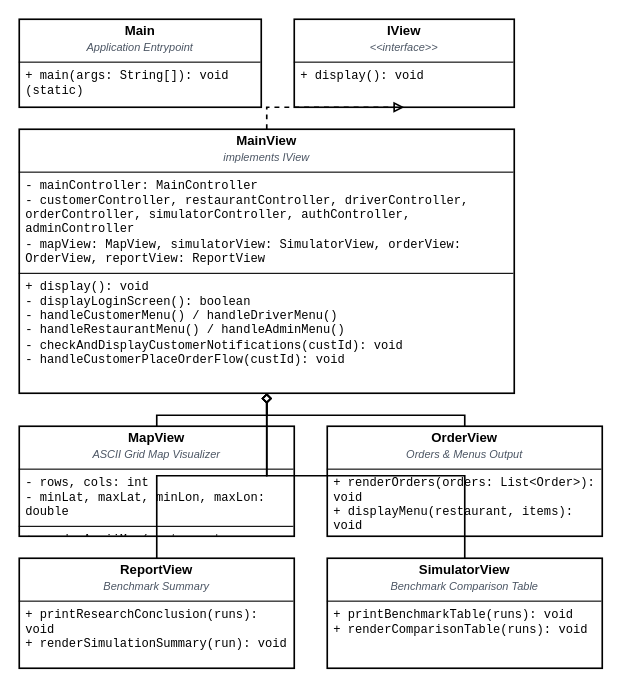
Earlier version of the draw.io diagram NHOM_01_LAB211_FoodDelivery/docs/diagrams/5_View_Layer.drawio (trat21430-spec/Food-Delivery). Source tidied: cells renumbered, new cells numbered last; positions are measured from the earlier drawing's top-left corner, leaving out a move shared by most shapes. Both pictures are drawn from the tidied source at 110%, with x=0, y=0 at pixel (19, 19).
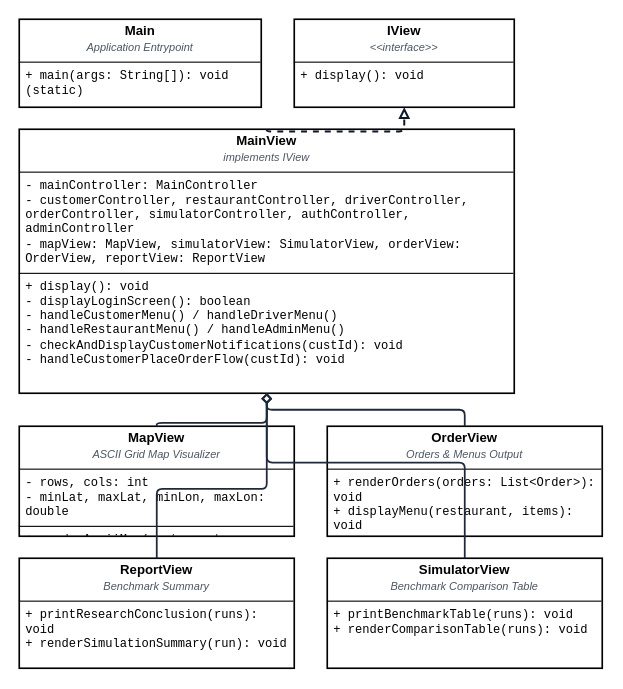
Above is the later version.

The change refers to these unchanged cells:
```xml
<mxCell id="3" value="&lt;p style=&quot;margin:0px;padding-top:4px;text-align:center;&quot;&gt;&lt;b&gt;IView&lt;/b&gt;&lt;br&gt;&lt;i style=&quot;font-size:10px;color:#4b5563;&quot;&gt;&amp;lt;&amp;lt;interface&amp;gt;&amp;gt;&lt;/i&gt;&lt;/p&gt;&lt;hr size=&quot;1&quot; style=&quot;border-color:#000000;&quot;&gt;&lt;p style=&quot;margin:0px;padding-left:6px;font-family:Courier New;font-size:11px;&quot;&gt;+ display(): void&lt;br&gt;&lt;/p&gt;" style="verticalAlign=top;align=left;overflow=fill;fontSize=12;fontFamily=Helvetica;html=1;whiteSpace=wrap;fillColor=#ffffff;strokeColor=#000000;fontColor=#000000;strokeWidth=1.5;" parent="1" vertex="1">
  <mxGeometry x="250" width="200" height="80" as="geometry" />
</mxCell>
<mxCell id="4" value="&lt;p style=&quot;margin:0px;padding-top:4px;text-align:center;&quot;&gt;&lt;b&gt;MainView&lt;/b&gt;&lt;br&gt;&lt;i style=&quot;font-size:10px;color:#4b5563;&quot;&gt;implements IView&lt;/i&gt;&lt;/p&gt;&lt;hr size=&quot;1&quot; style=&quot;border-color:#000000;&quot;&gt;&lt;p style=&quot;margin:0px;padding-left:6px;font-family:Courier New;font-size:11px;&quot;&gt;- mainController: MainController&lt;br&gt;- customerController, restaurantController, driverController, orderController, simulatorController, authController, adminController&lt;br&gt;- mapView: MapView, simulatorView: SimulatorView, orderView: OrderView, reportView: ReportView&lt;br&gt;&lt;/p&gt;&lt;hr size=&quot;1&quot; style=&quot;border-color:#000000;&quot;&gt;&lt;p style=&quot;margin:0px;padding-left:6px;font-family:Courier New;font-size:11px;&quot;&gt;+ display(): void&lt;br&gt;- displayLoginScreen(): boolean&lt;br&gt;- handleCustomerMenu() / handleDriverMenu()&lt;br&gt;- handleRestaurantMenu() / handleAdminMenu()&lt;br&gt;- checkAndDisplayCustomerNotifications(custId): void&lt;br&gt;- handleCustomerPlaceOrderFlow(custId): void&lt;br&gt;&lt;/p&gt;" style="verticalAlign=top;align=left;overflow=fill;fontSize=12;fontFamily=Helvetica;html=1;whiteSpace=wrap;fillColor=#ffffff;strokeColor=#000000;fontColor=#000000;strokeWidth=1.5;" parent="1" vertex="1">
  <mxGeometry y="100" width="450" height="240" as="geometry" />
</mxCell>
<mxCell id="5" value="&lt;p style=&quot;margin:0px;padding-top:4px;text-align:center;&quot;&gt;&lt;b&gt;MapView&lt;/b&gt;&lt;br&gt;&lt;i style=&quot;font-size:10px;color:#4b5563;&quot;&gt;ASCII Grid Map Visualizer&lt;/i&gt;&lt;/p&gt;&lt;hr size=&quot;1&quot; style=&quot;border-color:#000000;&quot;&gt;&lt;p style=&quot;margin:0px;padding-left:6px;font-family:Courier New;font-size:11px;&quot;&gt;- rows, cols: int&lt;br&gt;- minLat, maxLat, minLon, maxLon: double&lt;br&gt;&lt;/p&gt;&lt;hr size=&quot;1&quot; style=&quot;border-color:#000000;&quot;&gt;&lt;p style=&quot;margin:0px;padding-left:6px;font-family:Courier New;font-size:11px;&quot;&gt;+ renderAsciiMap(restaurants, customers, drivers, orders): void&lt;br&gt;&lt;/p&gt;" style="verticalAlign=top;align=left;overflow=fill;fontSize=12;fontFamily=Helvetica;html=1;whiteSpace=wrap;fillColor=#ffffff;strokeColor=#000000;fontColor=#000000;strokeWidth=1.5;" parent="1" vertex="1">
  <mxGeometry y="370" width="250" height="100" as="geometry" />
</mxCell>
<mxCell id="6" value="&lt;p style=&quot;margin:0px;padding-top:4px;text-align:center;&quot;&gt;&lt;b&gt;OrderView&lt;/b&gt;&lt;br&gt;&lt;i style=&quot;font-size:10px;color:#4b5563;&quot;&gt;Orders &amp;amp; Menus Output&lt;/i&gt;&lt;/p&gt;&lt;hr size=&quot;1&quot; style=&quot;border-color:#000000;&quot;&gt;&lt;p style=&quot;margin:0px;padding-left:6px;font-family:Courier New;font-size:11px;&quot;&gt;+ renderOrders(orders: List&amp;lt;Order&amp;gt;): void&lt;br&gt;+ displayMenu(restaurant, items): void&lt;br&gt;&lt;/p&gt;" style="verticalAlign=top;align=left;overflow=fill;fontSize=12;fontFamily=Helvetica;html=1;whiteSpace=wrap;fillColor=#ffffff;strokeColor=#000000;fontColor=#000000;strokeWidth=1.5;" parent="1" vertex="1">
  <mxGeometry x="280" y="370" width="250" height="100" as="geometry" />
</mxCell>
<mxCell id="7" value="&lt;p style=&quot;margin:0px;padding-top:4px;text-align:center;&quot;&gt;&lt;b&gt;ReportView&lt;/b&gt;&lt;br&gt;&lt;i style=&quot;font-size:10px;color:#4b5563;&quot;&gt;Benchmark Summary&lt;/i&gt;&lt;/p&gt;&lt;hr size=&quot;1&quot; style=&quot;border-color:#000000;&quot;&gt;&lt;p style=&quot;margin:0px;padding-left:6px;font-family:Courier New;font-size:11px;&quot;&gt;+ printResearchConclusion(runs): void&lt;br&gt;+ renderSimulationSummary(run): void&lt;br&gt;&lt;/p&gt;" style="verticalAlign=top;align=left;overflow=fill;fontSize=12;fontFamily=Helvetica;html=1;whiteSpace=wrap;fillColor=#ffffff;strokeColor=#000000;fontColor=#000000;strokeWidth=1.5;" parent="1" vertex="1">
  <mxGeometry y="490" width="250" height="100" as="geometry" />
</mxCell>
<mxCell id="8" value="&lt;p style=&quot;margin:0px;padding-top:4px;text-align:center;&quot;&gt;&lt;b&gt;SimulatorView&lt;/b&gt;&lt;br&gt;&lt;i style=&quot;font-size:10px;color:#4b5563;&quot;&gt;Benchmark Comparison Table&lt;/i&gt;&lt;/p&gt;&lt;hr size=&quot;1&quot; style=&quot;border-color:#000000;&quot;&gt;&lt;p style=&quot;margin:0px;padding-left:6px;font-family:Courier New;font-size:11px;&quot;&gt;+ printBenchmarkTable(runs): void&lt;br&gt;+ renderComparisonTable(runs): void&lt;br&gt;&lt;/p&gt;" style="verticalAlign=top;align=left;overflow=fill;fontSize=12;fontFamily=Helvetica;html=1;whiteSpace=wrap;fillColor=#ffffff;strokeColor=#000000;fontColor=#000000;strokeWidth=1.5;" parent="1" vertex="1">
  <mxGeometry x="280" y="490" width="250" height="100" as="geometry" />
</mxCell>
```

The edit, as a diff of the source:
```diff
@@
-    <mxCell id="9" style="edgeStyle=orthogonalEdgeStyle;rounded=0;jettySize=auto;html=1;dashed=1;endArrow=block;endFill=0;strokeColor=#000000;strokeWidth=1.5;fontColor=#000000;fontSize=10;" parent="1" edge="1" source="4" target="3">
-      <mxGeometry relative="1" as="geometry" />
+    <mxCell id="9" style="edgeStyle=orthogonalEdgeStyle;rounded=1;arcSize=10;jettySize=auto;html=1;dashed=1;endArrow=block;endFill=0;strokeColor=#0f172a;strokeWidth=1.8;exitX=0.5;exitY=0.0;exitDx=0;exitDy=0;entryX=0.5;entryY=1.0;entryDx=0;entryDy=0;labelBackgroundColor=#ffffff;fontColor=#0f172a;fontSize=10;" parent="1" edge="1" source="4" target="3">
+      <mxGeometry relative="1" as="geometry">
+        <Array as="points">
+          <mxPoint x="225" y="102" />
+          <mxPoint x="350" y="102" />
+        </Array>
+      </mxGeometry>
     </mxCell>
-    <mxCell id="10" style="edgeStyle=orthogonalEdgeStyle;rounded=0;jettySize=auto;html=1;startArrow=diamond;startFill=0;endArrow=none;strokeColor=#000000;strokeWidth=1.5;fontColor=#000000;fontSize=10;" parent="1" edge="1" source="4" target="5">
-      <mxGeometry relative="1" as="geometry" />
+    <mxCell id="10" style="edgeStyle=orthogonalEdgeStyle;rounded=1;arcSize=10;jettySize=auto;html=1;startArrow=diamond;startFill=0;endArrow=none;strokeColor=#1e293b;strokeWidth=1.6;exitX=0.5;exitY=1.0;exitDx=0;exitDy=0;entryX=0.5;entryY=0.0;entryDx=0;entryDy=0;labelBackgroundColor=#ffffff;fontColor=#0f172a;fontSize=10;" parent="1" edge="1" source="4" target="5">
+      <mxGeometry relative="1" as="geometry">
+        <Array as="points">
+          <mxPoint x="225" y="367" />
+          <mxPoint x="125" y="367" />
+        </Array>
+      </mxGeometry>
     </mxCell>
-    <mxCell id="11" style="edgeStyle=orthogonalEdgeStyle;rounded=0;jettySize=auto;html=1;startArrow=diamond;startFill=0;endArrow=none;strokeColor=#000000;strokeWidth=1.5;fontColor=#000000;fontSize=10;" parent="1" edge="1" source="4" target="6">
-      <mxGeometry relative="1" as="geometry" />
+    <mxCell id="11" style="edgeStyle=orthogonalEdgeStyle;rounded=1;arcSize=10;jettySize=auto;html=1;startArrow=diamond;startFill=0;endArrow=none;strokeColor=#1e293b;strokeWidth=1.6;exitX=0.5;exitY=1.0;exitDx=0;exitDy=0;entryX=0.5;entryY=0.0;entryDx=0;entryDy=0;labelBackgroundColor=#ffffff;fontColor=#0f172a;fontSize=10;" parent="1" edge="1" source="4" target="6">
+      <mxGeometry relative="1" as="geometry">
+        <Array as="points">
+          <mxPoint x="225" y="355" />
+          <mxPoint x="405" y="355" />
+        </Array>
+      </mxGeometry>
     </mxCell>
-    <mxCell id="12" style="edgeStyle=orthogonalEdgeStyle;rounded=0;jettySize=auto;html=1;startArrow=diamond;startFill=0;endArrow=none;strokeColor=#000000;strokeWidth=1.5;fontColor=#000000;fontSize=10;" parent="1" edge="1" source="4" target="7">
-      <mxGeometry relative="1" as="geometry" />
+    <mxCell id="12" style="edgeStyle=orthogonalEdgeStyle;rounded=1;arcSize=10;jettySize=auto;html=1;startArrow=diamond;startFill=0;endArrow=none;strokeColor=#1e293b;strokeWidth=1.6;exitX=0.5;exitY=1.0;exitDx=0;exitDy=0;entryX=0.5;entryY=0.0;entryDx=0;entryDy=0;labelBackgroundColor=#ffffff;fontColor=#0f172a;fontSize=10;" parent="1" edge="1" source="4" target="7">
+      <mxGeometry relative="1" as="geometry">
+        <Array as="points">
+          <mxPoint x="225" y="427" />
+          <mxPoint x="125" y="427" />
+        </Array>
+      </mxGeometry>
     </mxCell>
-    <mxCell id="13" style="edgeStyle=orthogonalEdgeStyle;rounded=0;jettySize=auto;html=1;startArrow=diamond;startFill=0;endArrow=none;strokeColor=#000000;strokeWidth=1.5;fontColor=#000000;fontSize=10;" parent="1" edge="1" source="4" target="8">
-      <mxGeometry relative="1" as="geometry" />
+    <mxCell id="13" style="edgeStyle=orthogonalEdgeStyle;rounded=1;arcSize=10;jettySize=auto;html=1;startArrow=diamond;startFill=0;endArrow=none;strokeColor=#1e293b;strokeWidth=1.6;exitX=0.5;exitY=1.0;exitDx=0;exitDy=0;entryX=0.5;entryY=0.0;entryDx=0;entryDy=0;labelBackgroundColor=#ffffff;fontColor=#0f172a;fontSize=10;" parent="1" edge="1" source="4" target="8">
+      <mxGeometry relative="1" as="geometry">
+        <Array as="points">
+          <mxPoint x="225" y="403" />
+          <mxPoint x="405" y="403" />
+        </Array>
+      </mxGeometry>
     </mxCell>
```
